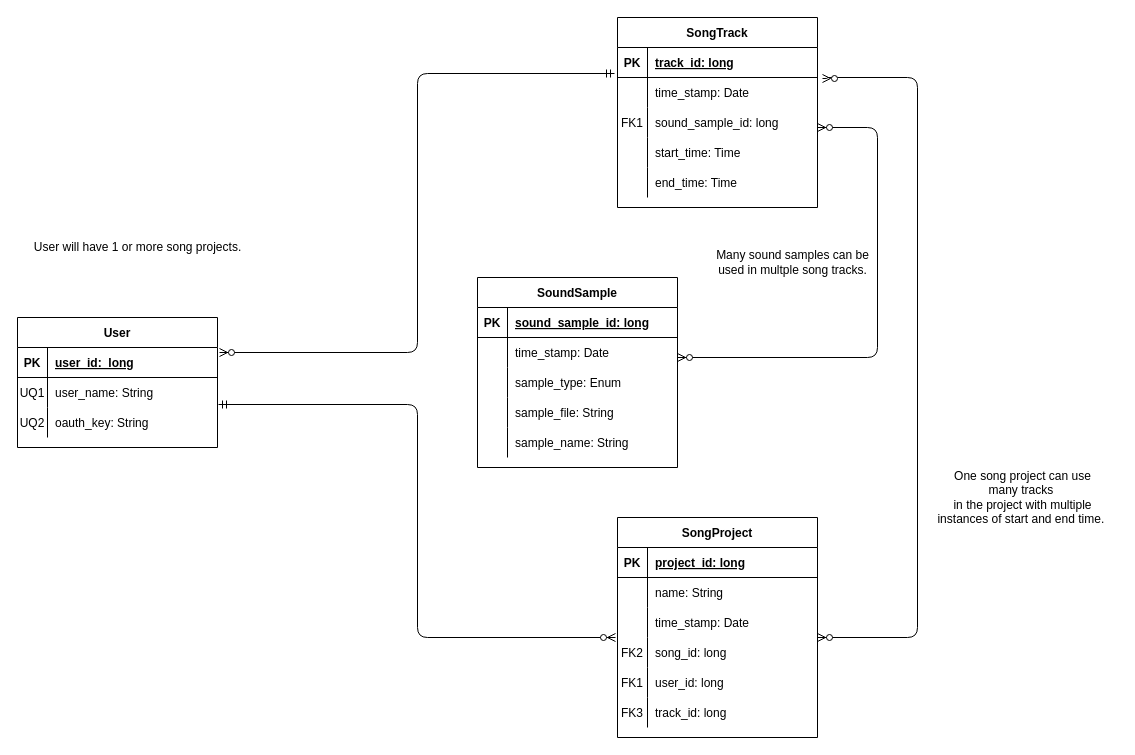
Earlier version of the draw.io diagram docs/work/erd.drawio (sound-doodle/sound-doodle.github.io). Source tidied: cells renumbered, new cells numbered last; positions are measured from the earlier drawing's top-left corner, leaving out a move shared by most shapes. Both pictures are drawn from the tidied source at 100%, with x=0, y=0 at pixel (17, 17).
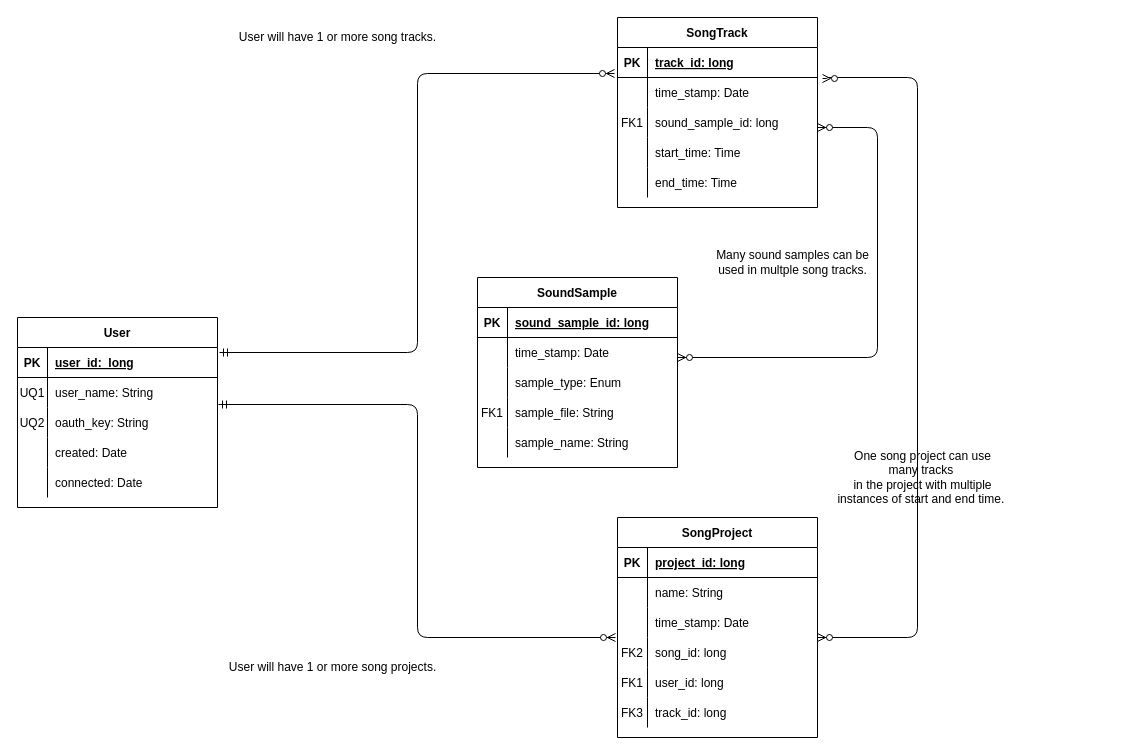
The same page after the edit.

Unchanged cells that the change refers to:
```xml
<mxCell id="12" style="shape=partialRectangle;fillColor=none;top=0;left=0;right=0;bottom=0;" parent="2" vertex="1">
  <mxGeometry y="120" width="200" height="30" as="geometry" />
</mxCell>
<mxCell id="22" style="shape=partialRectangle;fillColor=none;points=[[0,0.5],[1,0.5]];portConstraint=eastwest;top=0;left=0;right=0;bottom=0;" parent="18" vertex="1">
  <mxGeometry y="60" width="200" height="30" as="geometry" />
</mxCell>
<mxCell id="35" style="shape=partialRectangle;fillColor=none;points=[[0,0.5],[1,0.5]];portConstraint=eastwest;top=0;left=0;right=0;bottom=1;" parent="34" vertex="1">
  <mxGeometry y="30" width="200" height="30" as="geometry" />
</mxCell>
```

Diff of the diagram source:
```diff
@@
-    <mxCell id="13" style="shape=partialRectangle;overflow=hidden;fillColor=none;top=0;left=0;bottom=0;right=0;" parent="12" vertex="1">
+    <mxCell id="13" value="FK1" style="shape=partialRectangle;overflow=hidden;fillColor=none;top=0;left=0;bottom=0;right=0;" parent="12" vertex="1">
       <mxGeometry width="30" height="30" as="geometry" />
     </mxCell>
@@
     <mxCell id="34" value="User" style="shape=table;startSize=30;childLayout=tableLayout;rowLines=0;fontStyle=1;align=center;" parent="1" vertex="1">
-      <mxGeometry y="300" width="200" height="130" as="geometry" />
+      <mxGeometry y="300" width="200" height="190" as="geometry" />
     </mxCell>
@@
+    <mxCell id="70" style="shape=partialRectangle;fillColor=none;top=0;left=0;right=0;bottom=0;" parent="34" vertex="1">
+      <mxGeometry y="120" width="200" height="30" as="geometry" />
+    </mxCell>
+    <mxCell id="71" style="shape=partialRectangle;overflow=hidden;fillColor=none;top=0;left=0;bottom=0;right=0;" parent="70" vertex="1">
+      <mxGeometry width="30" height="30" as="geometry" />
+    </mxCell>
+    <mxCell id="72" value="created: Date" style="shape=partialRectangle;overflow=hidden;fillColor=none;top=0;left=0;bottom=0;right=0;align=left;spacingLeft=6;" parent="70" vertex="1">
+      <mxGeometry x="30" width="170" height="30" as="geometry" />
+    </mxCell>
+    <mxCell id="73" style="shape=partialRectangle;fillColor=none;top=0;left=0;right=0;bottom=0;" parent="34" vertex="1">
+      <mxGeometry y="150" width="200" height="30" as="geometry" />
+    </mxCell>
+    <mxCell id="74" style="shape=partialRectangle;overflow=hidden;fillColor=none;top=0;left=0;bottom=0;right=0;" parent="73" vertex="1">
+      <mxGeometry width="30" height="30" as="geometry" />
+    </mxCell>
+    <mxCell id="75" value="connected: Date" style="shape=partialRectangle;overflow=hidden;fillColor=none;top=0;left=0;bottom=0;right=0;align=left;spacingLeft=6;" parent="73" vertex="1">
+      <mxGeometry x="30" width="170" height="30" as="geometry" />
+    </mxCell>
@@
-    <mxCell id="65" style="fontSize=12;html=1;endArrow=ERzeroToMany;startArrow=ERmandOne;exitX=-0.015;exitY=-0.133;exitDx=0;exitDy=0;exitPerimeter=0;startFill=0;entryX=1.01;entryY=0.167;entryDx=0;entryDy=0;entryPerimeter=0;edgeStyle=orthogonalEdgeStyle;" parent="1" edge="1" source="22" target="35">
+    <mxCell id="65" style="fontSize=12;html=1;endArrow=ERmandOne;startArrow=ERzeroToMany;exitX=-0.015;exitY=-0.133;exitDx=0;exitDy=0;exitPerimeter=0;startFill=1;entryX=1.01;entryY=0.167;entryDx=0;entryDy=0;entryPerimeter=0;edgeStyle=orthogonalEdgeStyle;endFill=0;" parent="1" edge="1" source="22" target="35">
       <mxGeometry relative="1" as="geometry" />
     </mxCell>
     <mxCell id="66" value="User will have 1 or more song projects." style="text;html=1;align=center;verticalAlign=middle;strokeColor=none;" parent="1" vertex="1">
-      <mxGeometry x="10" y="220" width="220" height="20" as="geometry" />
+      <mxGeometry x="205" y="640" width="220" height="20" as="geometry" />
     </mxCell>
     <mxCell id="67" value="One song project can use &lt;br&gt;many tracks&amp;nbsp;&lt;br&gt;in the project with multiple &lt;br&gt;instances of start and end time.&amp;nbsp;" style="text;html=1;align=center;verticalAlign=middle;strokeColor=none;" parent="1" vertex="1">
-      <mxGeometry x="910" y="450" width="190" height="60" as="geometry" />
+      <mxGeometry x="810" y="430" width="190" height="60" as="geometry" />
     </mxCell>
@@
+    <mxCell id="76" value="User will have 1 or more song tracks." style="text;html=1;align=center;verticalAlign=middle;strokeColor=none;" parent="1" vertex="1">
+      <mxGeometry x="215" y="10" width="210" height="20" as="geometry" />
+    </mxCell>
```
